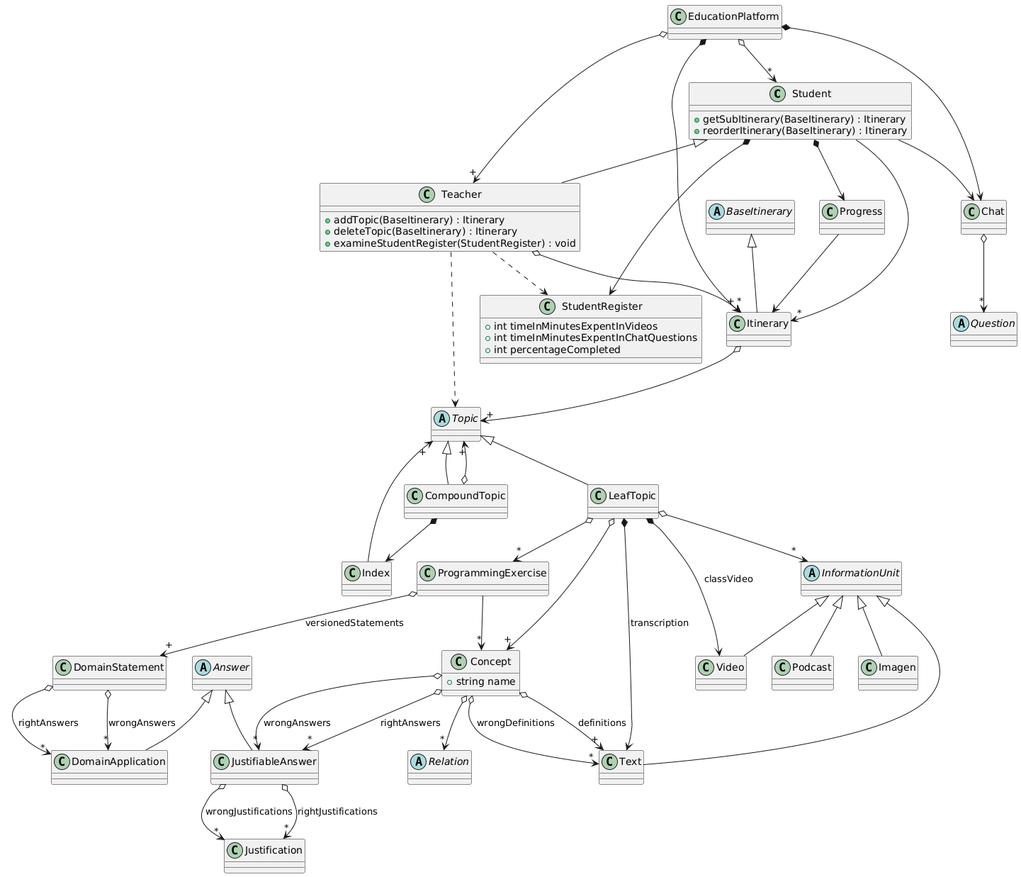
Above: docs/images/domain_model.png in gianluisdiana/EducationPlatform (PlantUML), before the change.
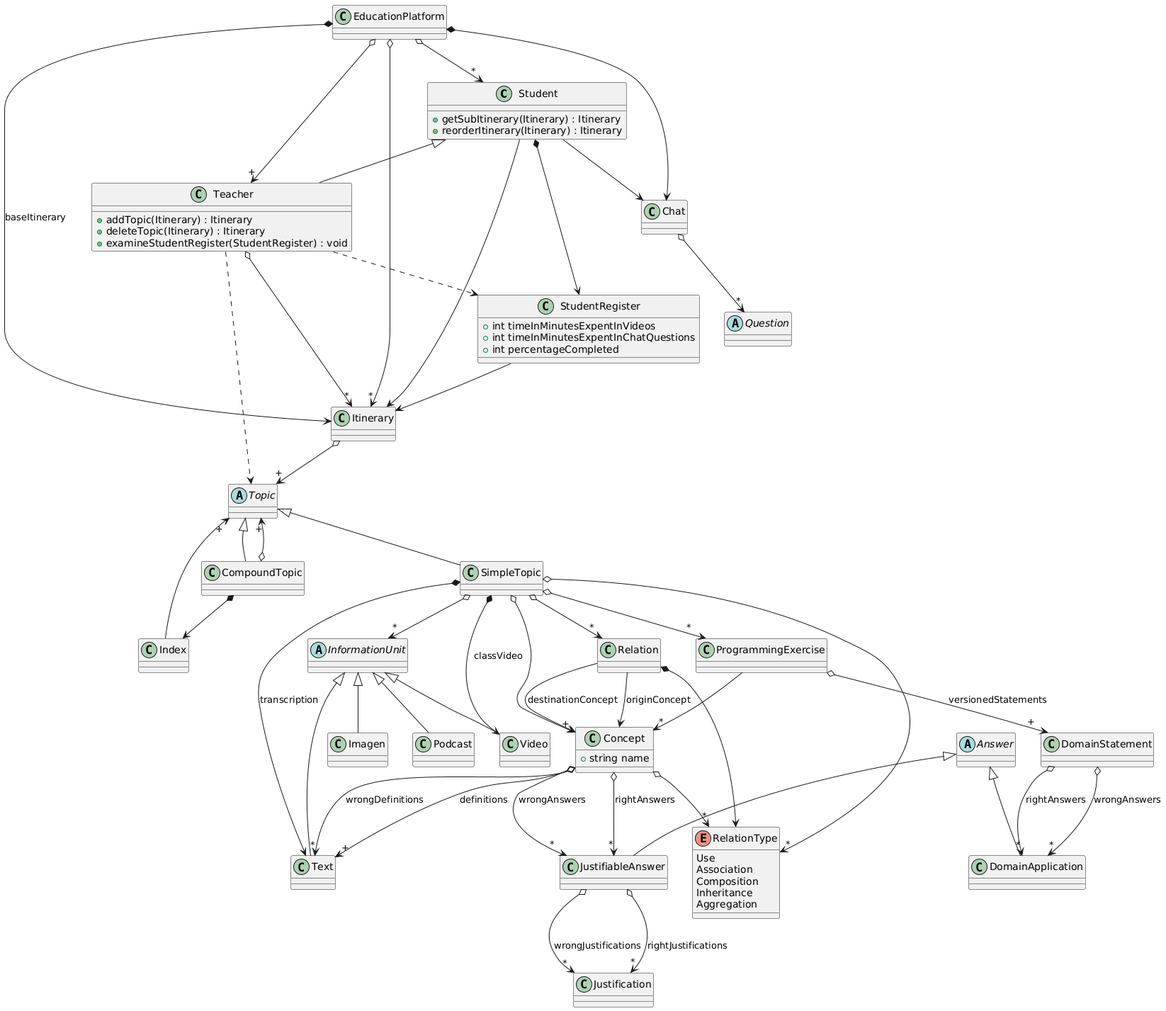
The same file after the commit.

What changed in the source:
```diff
@@ -1,20 +1,16 @@
 @startuml
 class Student {
-    + getSubItinerary(BaseItinerary) : Itinerary
-    + reorderItinerary(BaseItinerary) : Itinerary
+    + getSubItinerary(Itinerary) : Itinerary
+    + reorderItinerary(Itinerary) : Itinerary
   }
-
-  abstract class BaseItinerary
 
   class Itinerary
 
-  BaseItinerary <|-down- Itinerary
-
-  Student --> "*" Itinerary
+  Student --> Itinerary
 
   class Teacher {
-    + addTopic(BaseItinerary) : Itinerary
-    + deleteTopic(BaseItinerary) : Itinerary
+    + addTopic(Itinerary) : Itinerary
+    + deleteTopic(Itinerary) : Itinerary
     + examineStudentRegister(StudentRegister) : void
   }
 
@@ -33,9 +29,9 @@
   InformationUnit <|-down- Podcast
   InformationUnit <|-down- Imagen
 
-  LeafTopic o--> "*" InformationUnit
-  LeafTopic *--> Video : classVideo
-  LeafTopic *--> Text : transcription
+  SimpleTopic o--> "*" InformationUnit
+  SimpleTopic *--> Video : classVideo
+  SimpleTopic *--> Text : transcription
 
   Teacher ..> Topic
 
@@ -43,7 +39,7 @@
   CompoundTopic *--> Index
 
   Topic <|-- CompoundTopic
-  Topic <|-- LeafTopic
+  Topic <|-- SimpleTopic
 
   Index --> "+" Topic
 
@@ -51,24 +47,31 @@
 
   EducationPlatform o--> "*" Student
   EducationPlatform o--> "+" Teacher
-  EducationPlatform *--> "+" Itinerary
+  EducationPlatform *--> Itinerary : baseItinerary
+  EducationPlatform o--> "*" Itinerary
 
   class Concept {
     + string name
   }
 
-  LeafTopic o--> "+" Concept
+  SimpleTopic o--> "+" Concept
 
   Concept o--> "+" Text : definitions
   Concept o--> "*" Text : wrongDefinitions
-  Concept o--> "*" Relation
+  Concept o--> "*" RelationType
 
-  abstract class Relation
+  Relation *--> RelationType
+  Relation --> Concept : originConcept
+  Relation --> Concept : destinationConcept
 
-  class Progress
-
-  Student *--> Progress
-  Progress --> Itinerary
+  SimpleTopic o--> "*" RelationType
+  enum RelationType {
+    Use
+    Association
+    Composition
+    Inheritance
+    Aggregation
+  }
 
   class Chat
 
@@ -104,10 +107,12 @@
     + int percentageCompleted
   }
 
-  LeafTopic o--> "*" ProgrammingExercise
+  SimpleTopic o--> "*" ProgrammingExercise
+  SimpleTopic o--> "*" Relation
 
   Student *--> StudentRegister
   Teacher ..> StudentRegister
+  StudentRegister --> Itinerary
 
   ProgrammingExercise o--> "+" DomainStatement : versionedStatements
   ProgrammingExercise --> "*" Concept
```
